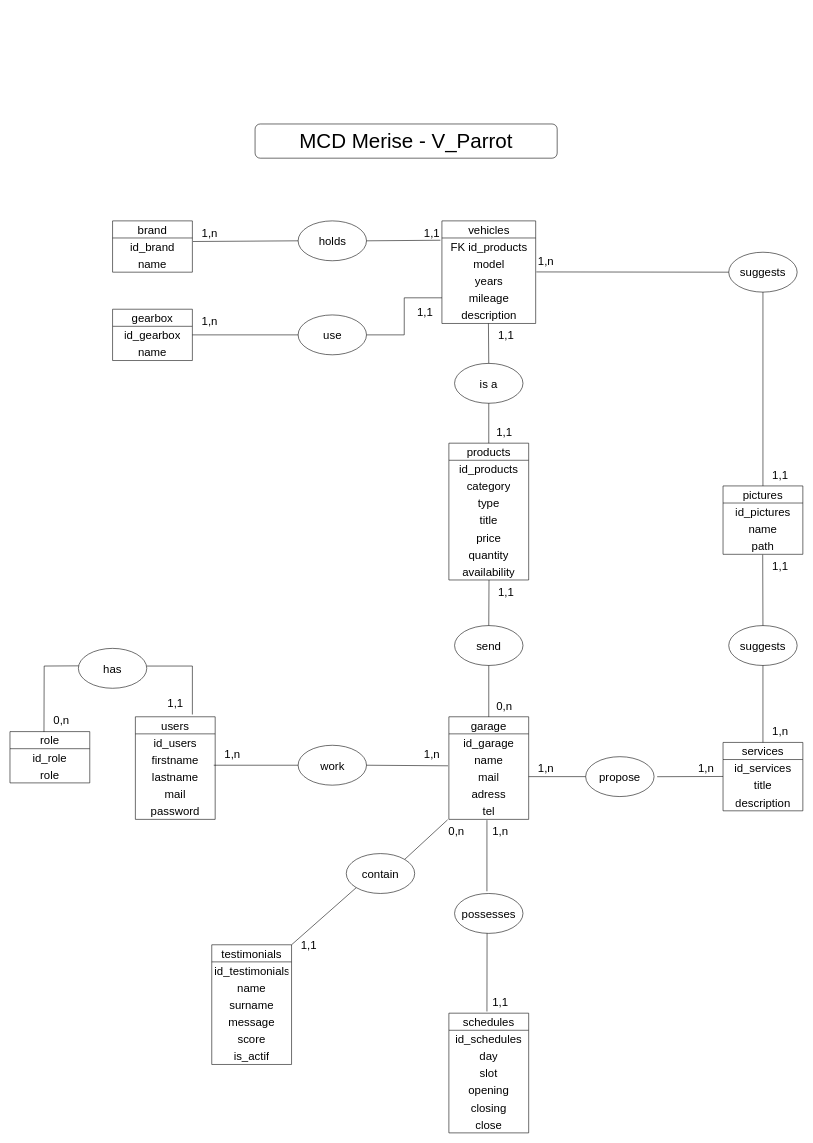
This is doc/MCD.drawio from Lykoleen/SF_V_Parrot, a draw.io file, before an edit. Source tidied: cells renumbered, new cells numbered last; positions are measured from the earlier drawing's top-left corner, leaving out a move shared by most shapes. Both pictures are drawn from the tidied source at 57%, with x=0, y=0 at pixel (10, 124).
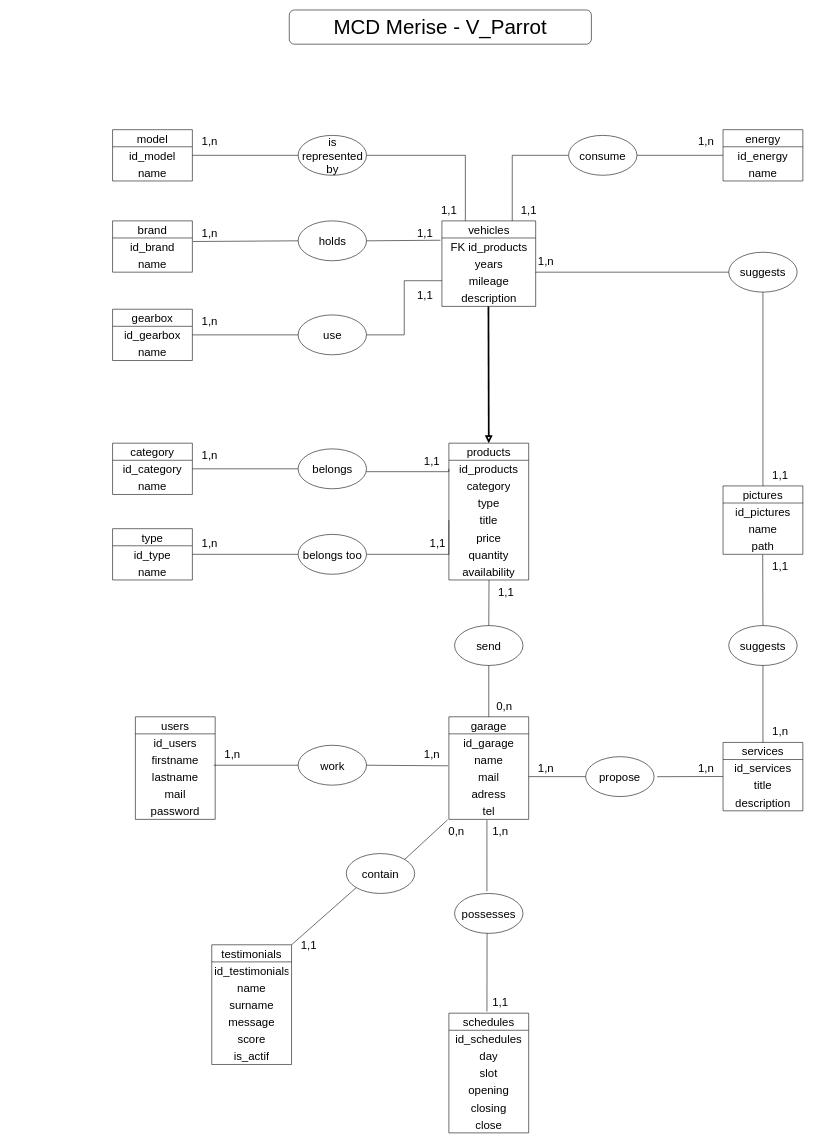
The same diagram, later.

Commit message:
Mettre à jour MCD.drawio

The change refers to these unchanged cells:
```xml
<mxCell id="42" value="products" style="swimlane;fontStyle=0;horizontal=1;startSize=30;whiteSpace=wrap;html=1;align=center;fontSize=20;" parent="1" vertex="1">
  <mxGeometry x="770" y="560" width="140" height="240" as="geometry" />
</mxCell>
<mxCell id="107" value="suggests" style="ellipse;whiteSpace=wrap;html=1;fontSize=20;" parent="1" vertex="1">
  <mxGeometry x="1261" y="225" width="120" height="70" as="geometry" />
</mxCell>
<mxCell id="116" value="1,n" style="text;html=1;align=center;verticalAlign=middle;points=[];strokeColor=none;fillColor=none;fontSize=20;" parent="1" vertex="1">
  <mxGeometry x="910" y="220" width="60" height="40" as="geometry" />
</mxCell>
```

What changed in the source:
```diff
@@
     <mxCell id="2" value="&lt;font style=&quot;font-size: 36px;&quot;&gt;MCD Merise - V_Parrot&lt;/font&gt;" style="rounded=1;whiteSpace=wrap;html=1;" parent="1" vertex="1">
-      <mxGeometry x="430" width="530" height="60" as="geometry" />
+      <mxGeometry x="490" y="-200" width="530" height="60" as="geometry" />
     </mxCell>
@@
-    <mxCell id="61" value="role" style="swimlane;fontStyle=0;horizontal=1;startSize=30;whiteSpace=wrap;html=1;align=center;fontSize=20;" parent="1" vertex="1">
-      <mxGeometry y="1066" width="140" height="90" as="geometry" />
-    </mxCell>
-    <mxCell id="62" value="id_role" style="text;strokeColor=none;fillColor=none;align=center;verticalAlign=middle;spacingLeft=4;spacingRight=4;overflow=hidden;whiteSpace=wrap;html=1;fontSize=20;" parent="61" vertex="1">
-      <mxGeometry y="30" width="140" height="30" as="geometry" />
-    </mxCell>
-    <mxCell id="63" value="role" style="text;strokeColor=none;fillColor=none;align=center;verticalAlign=middle;spacingLeft=4;spacingRight=4;overflow=hidden;whiteSpace=wrap;html=1;fontSize=20;" parent="61" vertex="1">
-      <mxGeometry y="60" width="140" height="30" as="geometry" />
-    </mxCell>
@@
-    <mxCell id="65" value="has" style="ellipse;whiteSpace=wrap;html=1;fontSize=20;" parent="1" vertex="1">
-      <mxGeometry x="120" y="920" width="120" height="70" as="geometry" />
-    </mxCell>
@@
-    <mxCell id="68" style="endArrow=none;html=1;rounded=0;exitX=0.5;exitY=0;exitDx=0;exitDy=0;" parent="1" edge="1">
-      <mxGeometry relative="1" as="geometry">
-        <mxPoint x="320" y="1036" as="sourcePoint" />
-        <mxPoint x="320" y="951" as="targetPoint" />
-      </mxGeometry>
-    </mxCell>
-    <mxCell id="69" style="endArrow=none;html=1;rounded=0;entryX=1.001;entryY=0.443;entryDx=0;entryDy=0;entryPerimeter=0;" parent="1" edge="1" target="65">
-      <mxGeometry relative="1" as="geometry">
-        <mxPoint x="320" y="951" as="sourcePoint" />
-      </mxGeometry>
-    </mxCell>
-    <mxCell id="70" style="endArrow=none;html=1;rounded=0;exitX=0.426;exitY=0.005;exitDx=0;exitDy=0;exitPerimeter=0;" parent="1" edge="1" source="61">
-      <mxGeometry relative="1" as="geometry">
-        <mxPoint x="60" y="951" as="targetPoint" />
-      </mxGeometry>
-    </mxCell>
-    <mxCell id="71" style="endArrow=none;html=1;rounded=0;entryX=0.004;entryY=0.438;entryDx=0;entryDy=0;entryPerimeter=0;" parent="1" edge="1" target="65">
-      <mxGeometry relative="1" as="geometry">
-        <mxPoint x="60" y="951" as="sourcePoint" />
-      </mxGeometry>
-    </mxCell>
-    <mxCell id="72" value="1,1" style="text;html=1;align=center;verticalAlign=middle;strokeColor=none;fillColor=none;fontSize=20;" parent="1" vertex="1">
-      <mxGeometry x="260" y="996" width="60" height="40" as="geometry" />
-    </mxCell>
@@
-    <mxCell id="75" value="0,n" style="text;html=1;align=center;verticalAlign=middle;strokeColor=none;fillColor=none;fontSize=20;" parent="1" vertex="1">
-      <mxGeometry x="60" y="1026" width="60" height="40" as="geometry" />
-    </mxCell>
     <mxCell id="76" value="vehicles" style="swimlane;fontStyle=0;horizontal=1;startSize=30;whiteSpace=wrap;html=1;align=center;fontSize=20;" parent="1" vertex="1">
-      <mxGeometry x="757.8" y="170" width="164.5" height="180" as="geometry" />
+      <mxGeometry x="757.8" y="170" width="164.5" height="150" as="geometry" />
     </mxCell>
@@
-    <mxCell id="78" value="model" style="text;strokeColor=none;fillColor=none;align=center;verticalAlign=middle;spacingLeft=4;spacingRight=4;overflow=hidden;points=[[0,0.5],[1,0.5]];portConstraint=eastwest;whiteSpace=wrap;html=1;fontSize=20;" parent="76" vertex="1">
-      <mxGeometry y="60" width="164.5" height="30" as="geometry" />
-    </mxCell>
     <mxCell id="79" value="years" style="text;strokeColor=none;fillColor=none;align=center;verticalAlign=middle;spacingLeft=4;spacingRight=4;overflow=hidden;points=[[0,0.5],[1,0.5]];portConstraint=eastwest;whiteSpace=wrap;html=1;fontSize=20;" parent="76" vertex="1">
-      <mxGeometry y="90" width="164.5" height="30" as="geometry" />
+      <mxGeometry y="60" width="164.5" height="30" as="geometry" />
     </mxCell>
     <mxCell id="80" value="mileage" style="text;strokeColor=none;fillColor=none;align=center;verticalAlign=middle;spacingLeft=4;spacingRight=4;overflow=hidden;points=[[0,0.5],[1,0.5]];portConstraint=eastwest;whiteSpace=wrap;html=1;fontSize=20;" parent="76" vertex="1">
-      <mxGeometry y="120" width="164.5" height="30" as="geometry" />
+      <mxGeometry y="90" width="164.5" height="30" as="geometry" />
     </mxCell>
     <mxCell id="81" value="description" style="text;strokeColor=none;fillColor=none;align=center;verticalAlign=middle;spacingLeft=4;spacingRight=4;overflow=hidden;points=[[0,0.5],[1,0.5]];portConstraint=eastwest;whiteSpace=wrap;html=1;fontSize=20;" parent="76" vertex="1">
-      <mxGeometry y="150" width="164.5" height="30" as="geometry" />
+      <mxGeometry y="120" width="164.5" height="30" as="geometry" />
     </mxCell>
-    <mxCell id="82" value="is a" style="ellipse;whiteSpace=wrap;html=1;fontSize=20;" parent="1" vertex="1">
-      <mxGeometry x="780" y="420" width="120" height="70" as="geometry" />
-    </mxCell>
-    <mxCell id="83" style="endArrow=none;html=1;rounded=0;entryX=0.5;entryY=1;entryDx=0;entryDy=0;exitX=0.5;exitY=0;exitDx=0;exitDy=0;" parent="1" edge="1" source="42" target="82">
-      <mxGeometry relative="1" as="geometry" />
-    </mxCell>
-    <mxCell id="84" style="endArrow=none;html=1;rounded=0;exitX=0.5;exitY=0;exitDx=0;exitDy=0;entryX=0.496;entryY=1.002;entryDx=0;entryDy=0;entryPerimeter=0;" parent="1" edge="1" source="82" target="81">
+    <mxCell id="84" style="endArrow=none;html=1;rounded=0;exitX=0.5;exitY=0;exitDx=0;exitDy=0;entryX=0.496;entryY=1.002;entryDx=0;entryDy=0;entryPerimeter=0;endFill=0;startArrow=block;startFill=0;strokeWidth=3;" parent="1" edge="1" source="42" target="81">
       <mxGeometry relative="1" as="geometry" />
     </mxCell>
-    <mxCell id="85" value="1,1" style="text;html=1;align=center;verticalAlign=middle;strokeColor=none;fillColor=none;fontSize=20;" parent="1" vertex="1">
-      <mxGeometry x="837" y="520" width="60" height="40" as="geometry" />
-    </mxCell>
@@
-    <mxCell id="98" value="1,1" style="text;html=1;align=center;verticalAlign=middle;strokeColor=none;fillColor=none;fontSize=20;" parent="1" vertex="1">
-      <mxGeometry x="840" y="350" width="60" height="40" as="geometry" />
-    </mxCell>
@@
     <mxCell id="100" value="1,1" style="text;html=1;align=center;verticalAlign=middle;strokeColor=none;fillColor=none;fontSize=20;" parent="1" vertex="1">
-      <mxGeometry x="697.8" y="310" width="60" height="40" as="geometry" />
+      <mxGeometry x="697.8" y="280" width="60" height="40" as="geometry" />
     </mxCell>
     <mxCell id="101" value="1,1" style="text;html=1;align=center;verticalAlign=middle;strokeColor=none;fillColor=none;fontSize=20;" parent="1" vertex="1">
-      <mxGeometry x="710" y="170" width="60" height="40" as="geometry" />
+      <mxGeometry x="697.8" y="170" width="60" height="40" as="geometry" />
     </mxCell>
@@
-    <mxCell id="109" style="endArrow=none;html=1;rounded=0;entryX=0;entryY=0.5;entryDx=0;entryDy=0;exitX=1.007;exitY=-0.014;exitDx=0;exitDy=0;exitPerimeter=0;" parent="1" edge="1" source="79" target="107">
+    <mxCell id="109" style="endArrow=none;html=1;rounded=0;entryX=0;entryY=0.5;entryDx=0;entryDy=0;exitX=0.2;exitY=1;exitDx=0;exitDy=0;exitPerimeter=0;" parent="1" edge="1" source="116" target="107">
       <mxGeometry relative="1" as="geometry" />
     </mxCell>
@@
+    <mxCell id="117" value="category" style="swimlane;fontStyle=0;horizontal=1;startSize=30;whiteSpace=wrap;html=1;align=center;fontSize=20;" parent="1" vertex="1">
+      <mxGeometry x="180" y="560" width="140" height="90" as="geometry" />
+    </mxCell>
+    <mxCell id="118" value="id_category" style="text;strokeColor=none;fillColor=none;align=center;verticalAlign=middle;spacingLeft=4;spacingRight=4;overflow=hidden;points=[[0,0.5],[1,0.5]];portConstraint=eastwest;whiteSpace=wrap;html=1;fontSize=20;" parent="117" vertex="1">
+      <mxGeometry y="30" width="140" height="30" as="geometry" />
+    </mxCell>
+    <mxCell id="119" value="name" style="text;strokeColor=none;fillColor=none;align=center;verticalAlign=middle;spacingLeft=4;spacingRight=4;overflow=hidden;whiteSpace=wrap;html=1;fontSize=20;" parent="117" vertex="1">
+      <mxGeometry y="60" width="140" height="30" as="geometry" />
+    </mxCell>
+    <mxCell id="120" value="type" style="swimlane;fontStyle=0;horizontal=1;startSize=30;whiteSpace=wrap;html=1;align=center;fontSize=20;" parent="1" vertex="1">
+      <mxGeometry x="180" y="710" width="140" height="90" as="geometry" />
+    </mxCell>
+    <mxCell id="121" value="id_type" style="text;strokeColor=none;fillColor=none;align=center;verticalAlign=middle;spacingLeft=4;spacingRight=4;overflow=hidden;points=[[0,0.5],[1,0.5]];portConstraint=eastwest;whiteSpace=wrap;html=1;fontSize=20;" parent="120" vertex="1">
+      <mxGeometry y="30" width="140" height="30" as="geometry" />
+    </mxCell>
+    <mxCell id="122" value="name" style="text;strokeColor=none;fillColor=none;align=center;verticalAlign=middle;spacingLeft=4;spacingRight=4;overflow=hidden;whiteSpace=wrap;html=1;fontSize=20;" parent="120" vertex="1">
+      <mxGeometry y="60" width="140" height="30" as="geometry" />
+    </mxCell>
+    <mxCell id="123" style="edgeStyle=orthogonalEdgeStyle;rounded=0;jettySize=auto;html=1;entryX=1;entryY=0.5;entryDx=0;entryDy=0;endArrow=none;endFill=0;" parent="1" edge="1" source="125" target="118">
+      <mxGeometry relative="1" as="geometry" />
+    </mxCell>
+    <mxCell id="124" style="edgeStyle=orthogonalEdgeStyle;rounded=0;jettySize=auto;html=1;entryX=0;entryY=0.5;entryDx=0;entryDy=0;endArrow=none;endFill=0;" parent="1" edge="1" source="125">
+      <mxGeometry relative="1" as="geometry">
+        <mxPoint x="770" y="605" as="targetPoint" />
+        <Array as="points">
+          <mxPoint x="770" y="610" />
+        </Array>
+      </mxGeometry>
+    </mxCell>
+    <mxCell id="125" value="belongs" style="ellipse;whiteSpace=wrap;html=1;fontSize=20;" parent="1" vertex="1">
+      <mxGeometry x="505.5" y="570" width="120" height="70" as="geometry" />
+    </mxCell>
+    <mxCell id="126" style="edgeStyle=orthogonalEdgeStyle;rounded=0;jettySize=auto;html=1;entryX=0;entryY=0.5;entryDx=0;entryDy=0;endArrow=none;endFill=0;" parent="1" edge="1" source="127">
+      <mxGeometry relative="1" as="geometry">
+        <mxPoint x="770" y="695" as="targetPoint" />
+        <Array as="points">
+          <mxPoint x="770" y="755" />
+        </Array>
+      </mxGeometry>
+    </mxCell>
+    <mxCell id="127" value="belongs too" style="ellipse;whiteSpace=wrap;html=1;fontSize=20;" parent="1" vertex="1">
+      <mxGeometry x="505.5" y="720" width="120" height="70" as="geometry" />
+    </mxCell>
+    <mxCell id="128" value="1,1" style="text;html=1;align=center;verticalAlign=middle;strokeColor=none;fillColor=none;fontSize=20;" parent="1" vertex="1">
+      <mxGeometry x="710" y="570" width="60" height="40" as="geometry" />
+    </mxCell>
+    <mxCell id="129" value="1,n" style="text;html=1;align=center;verticalAlign=middle;strokeColor=none;fillColor=none;fontSize=20;" parent="1" vertex="1">
+      <mxGeometry x="320" y="560" width="60" height="40" as="geometry" />
+    </mxCell>
+    <mxCell id="130" style="edgeStyle=orthogonalEdgeStyle;rounded=0;jettySize=auto;html=1;exitX=1;exitY=0.5;exitDx=0;exitDy=0;entryX=0;entryY=0.5;entryDx=0;entryDy=0;endArrow=none;endFill=0;" parent="1" edge="1" source="121" target="127">
+      <mxGeometry relative="1" as="geometry" />
+    </mxCell>
+    <mxCell id="131" value="1,1" style="text;html=1;align=center;verticalAlign=middle;strokeColor=none;fillColor=none;fontSize=20;" parent="1" vertex="1">
+      <mxGeometry x="720" y="715" width="60" height="40" as="geometry" />
+    </mxCell>
+    <mxCell id="132" value="1,n" style="text;html=1;align=center;verticalAlign=middle;strokeColor=none;fillColor=none;fontSize=20;" parent="1" vertex="1">
+      <mxGeometry x="320" y="715" width="60" height="40" as="geometry" />
+    </mxCell>
+    <mxCell id="133" style="edgeStyle=orthogonalEdgeStyle;rounded=0;jettySize=auto;html=1;entryX=0;entryY=0.5;entryDx=0;entryDy=0;endArrow=none;endFill=0;" parent="1" edge="1" source="78" target="137">
+      <mxGeometry relative="1" as="geometry" />
+    </mxCell>
+    <mxCell id="78" value="model" style="swimlane;fontStyle=0;horizontal=1;startSize=30;whiteSpace=wrap;html=1;align=center;fontSize=20;" parent="1" vertex="1">
+      <mxGeometry x="180" y="10" width="140" height="90" as="geometry" />
+    </mxCell>
+    <mxCell id="134" value="id_model" style="text;strokeColor=none;fillColor=none;align=center;verticalAlign=middle;spacingLeft=4;spacingRight=4;overflow=hidden;whiteSpace=wrap;html=1;fontSize=20;" parent="78" vertex="1">
+      <mxGeometry y="30" width="140" height="30" as="geometry" />
+    </mxCell>
+    <mxCell id="135" value="name" style="text;strokeColor=none;fillColor=none;align=center;verticalAlign=middle;spacingLeft=4;spacingRight=4;overflow=hidden;whiteSpace=wrap;html=1;fontSize=20;" parent="78" vertex="1">
+      <mxGeometry y="60" width="140" height="30" as="geometry" />
+    </mxCell>
+    <mxCell id="136" style="edgeStyle=orthogonalEdgeStyle;rounded=0;jettySize=auto;html=1;entryX=0.25;entryY=0;entryDx=0;entryDy=0;endArrow=none;endFill=0;" parent="1" edge="1" source="137" target="76">
+      <mxGeometry relative="1" as="geometry" />
+    </mxCell>
+    <mxCell id="137" value="is represented by" style="ellipse;whiteSpace=wrap;html=1;fontSize=20;" parent="1" vertex="1">
+      <mxGeometry x="505.5" y="20" width="120" height="70" as="geometry" />
+    </mxCell>
+    <mxCell id="138" value="energy" style="swimlane;fontStyle=0;horizontal=1;startSize=30;whiteSpace=wrap;html=1;align=center;fontSize=20;" parent="1" vertex="1">
+      <mxGeometry x="1251" y="10" width="140" height="90" as="geometry" />
+    </mxCell>
+    <mxCell id="139" value="id_energy" style="text;strokeColor=none;fillColor=none;align=center;verticalAlign=middle;spacingLeft=4;spacingRight=4;overflow=hidden;points=[[0,0.5],[1,0.5]];portConstraint=eastwest;whiteSpace=wrap;html=1;fontSize=20;" parent="138" vertex="1">
+      <mxGeometry y="30" width="140" height="30" as="geometry" />
+    </mxCell>
+    <mxCell id="140" value="name" style="text;strokeColor=none;fillColor=none;align=center;verticalAlign=middle;spacingLeft=4;spacingRight=4;overflow=hidden;whiteSpace=wrap;html=1;fontSize=20;" parent="138" vertex="1">
+      <mxGeometry y="60" width="140" height="30" as="geometry" />
+    </mxCell>
+    <mxCell id="141" style="edgeStyle=orthogonalEdgeStyle;rounded=0;jettySize=auto;html=1;entryX=0.75;entryY=0;entryDx=0;entryDy=0;endArrow=none;endFill=0;" parent="1" edge="1" source="143" target="76">
+      <mxGeometry relative="1" as="geometry" />
+    </mxCell>
+    <mxCell id="142" style="edgeStyle=orthogonalEdgeStyle;rounded=0;jettySize=auto;html=1;entryX=0;entryY=0.5;entryDx=0;entryDy=0;endArrow=none;endFill=0;" parent="1" edge="1" source="143" target="139">
+      <mxGeometry relative="1" as="geometry" />
+    </mxCell>
+    <mxCell id="143" value="consume" style="ellipse;whiteSpace=wrap;html=1;fontSize=20;" parent="1" vertex="1">
+      <mxGeometry x="980" y="20" width="120" height="70" as="geometry" />
+    </mxCell>
+    <mxCell id="144" value="1,1" style="text;html=1;align=center;verticalAlign=middle;strokeColor=none;fillColor=none;fontSize=20;" parent="1" vertex="1">
+      <mxGeometry x="740" y="130" width="60" height="40" as="geometry" />
+    </mxCell>
+    <mxCell id="145" value="1,1" style="text;html=1;align=center;verticalAlign=middle;strokeColor=none;fillColor=none;fontSize=20;" parent="1" vertex="1">
+      <mxGeometry x="880" y="130" width="60" height="40" as="geometry" />
+    </mxCell>
+    <mxCell id="146" value="1,n" style="text;html=1;align=center;verticalAlign=middle;strokeColor=none;fillColor=none;fontSize=20;" parent="1" vertex="1">
+      <mxGeometry x="320" y="10" width="60" height="40" as="geometry" />
+    </mxCell>
+    <mxCell id="147" value="1,n" style="text;html=1;align=center;verticalAlign=middle;strokeColor=none;fillColor=none;fontSize=20;" parent="1" vertex="1">
+      <mxGeometry x="1191" y="10" width="60" height="40" as="geometry" />
+    </mxCell>
```
